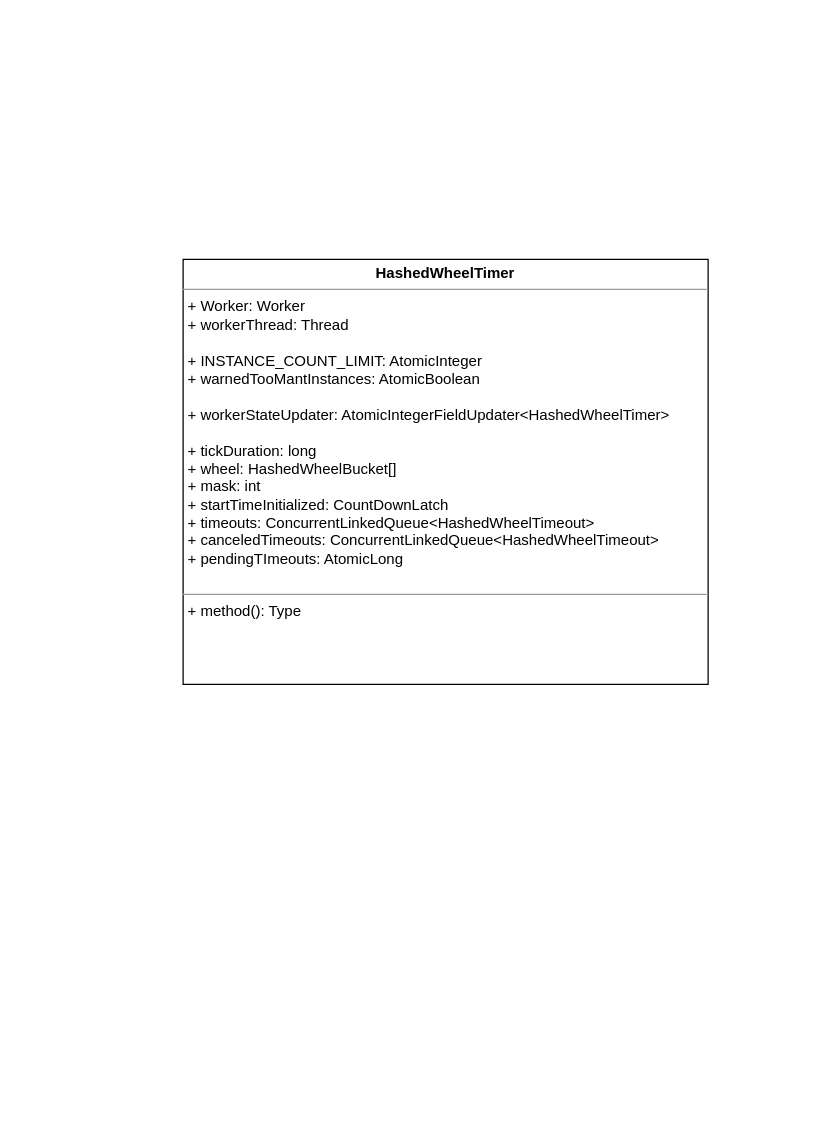
This is page "时间轮" (2 of 2) of raft.drawio from Echidnaaa/draw, a draw.io file, before an edit. Source tidied: cells renumbered, new cells numbered last; positions are measured from the earlier drawing's top-left corner, leaving out a move shared by most shapes. Both pictures are drawn from the tidied source at 125%, with x=0, y=0 at pixel (182, 259).
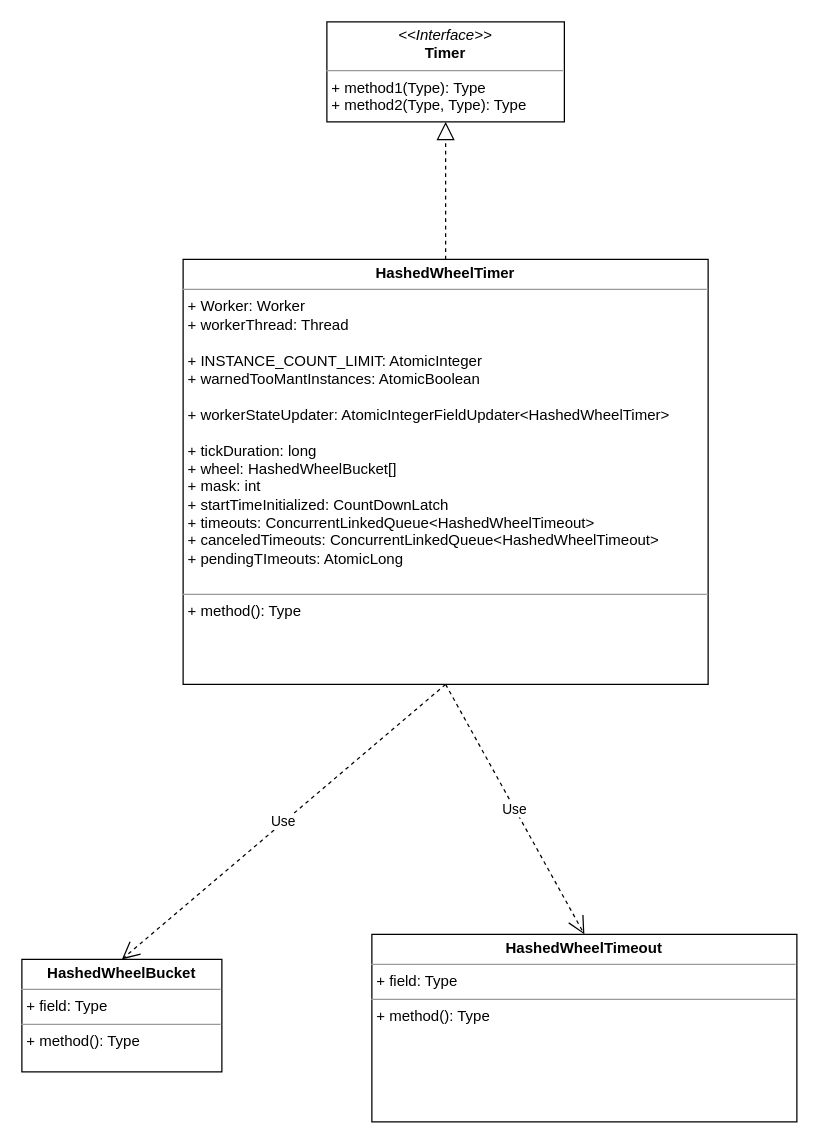
Above is the later version.

Diff of the diagram source:
```diff
@@
 <mxGraphModel>
   <root>
     <mxCell id="0" />
     <mxCell id="1" parent="0" />
     <mxCell id="2" value="&lt;p style=&quot;margin: 0px ; margin-top: 4px ; text-align: center&quot;&gt;&lt;b&gt;HashedWheelTimer&lt;/b&gt;&lt;/p&gt;&lt;hr size=&quot;1&quot;&gt;&lt;p style=&quot;margin: 0px ; margin-left: 4px&quot;&gt;+ Worker: Worker&lt;/p&gt;&lt;p style=&quot;margin: 0px ; margin-left: 4px&quot;&gt;+ workerThread: Thread&lt;/p&gt;&lt;p style=&quot;margin: 0px ; margin-left: 4px&quot;&gt;&lt;br&gt;&lt;/p&gt;&lt;p style=&quot;margin: 0px ; margin-left: 4px&quot;&gt;+ INSTANCE_COUNT_LIMIT: AtomicInteger&lt;/p&gt;&lt;p style=&quot;margin: 0px ; margin-left: 4px&quot;&gt;+ warnedTooMantInstances: AtomicBoolean&lt;/p&gt;&lt;p style=&quot;margin: 0px ; margin-left: 4px&quot;&gt;&lt;br&gt;&lt;/p&gt;&lt;p style=&quot;margin: 0px ; margin-left: 4px&quot;&gt;+ workerStateUpdater: AtomicIntegerFieldUpdater&amp;lt;HashedWheelTimer&amp;gt;&lt;/p&gt;&lt;p style=&quot;margin: 0px ; margin-left: 4px&quot;&gt;&lt;br&gt;&lt;/p&gt;&lt;p style=&quot;margin: 0px ; margin-left: 4px&quot;&gt;+ tickDuration: long&lt;/p&gt;&lt;p style=&quot;margin: 0px ; margin-left: 4px&quot;&gt;+ wheel: HashedWheelBucket[]&lt;/p&gt;&lt;p style=&quot;margin: 0px ; margin-left: 4px&quot;&gt;+ mask: int&lt;/p&gt;&lt;p style=&quot;margin: 0px ; margin-left: 4px&quot;&gt;+ startTimeInitialized: CountDownLatch&lt;/p&gt;&lt;p style=&quot;margin: 0px ; margin-left: 4px&quot;&gt;+ timeouts: ConcurrentLinkedQueue&amp;lt;HashedWheelTimeout&amp;gt;&lt;/p&gt;&lt;p style=&quot;margin: 0px ; margin-left: 4px&quot;&gt;+ canceledTimeouts: ConcurrentLinkedQueue&amp;lt;HashedWheelTimeout&amp;gt;&lt;/p&gt;&lt;p style=&quot;margin: 0px ; margin-left: 4px&quot;&gt;+ pendingTImeouts: AtomicLong&lt;/p&gt;&lt;p style=&quot;margin: 0px ; margin-left: 4px&quot;&gt;&lt;br&gt;&lt;/p&gt;&lt;hr size=&quot;1&quot;&gt;&lt;p style=&quot;margin: 0px ; margin-left: 4px&quot;&gt;+ method(): Type&lt;/p&gt;" style="verticalAlign=top;align=left;overflow=fill;fontSize=12;fontFamily=Helvetica;html=1;" parent="1" vertex="1">
       <mxGeometry width="420" height="340" as="geometry" />
     </mxCell>
+    <mxCell id="3" value="&lt;p style=&quot;margin: 0px ; margin-top: 4px ; text-align: center&quot;&gt;&lt;b&gt;HashedWheelBucket&lt;/b&gt;&lt;/p&gt;&lt;hr size=&quot;1&quot;&gt;&lt;p style=&quot;margin: 0px ; margin-left: 4px&quot;&gt;+ field: Type&lt;/p&gt;&lt;hr size=&quot;1&quot;&gt;&lt;p style=&quot;margin: 0px ; margin-left: 4px&quot;&gt;+ method(): Type&lt;/p&gt;" style="verticalAlign=top;align=left;overflow=fill;fontSize=12;fontFamily=Helvetica;html=1;" parent="1" vertex="1">
+      <mxGeometry x="-129" y="560" width="160" height="90" as="geometry" />
+    </mxCell>
+    <mxCell id="4" value="Use" style="endArrow=open;endSize=12;dashed=1;html=1;exitX=0.5;exitY=1;exitDx=0;exitDy=0;entryX=0.5;entryY=0;entryDx=0;entryDy=0;" parent="1" edge="1" source="2" target="3">
+      <mxGeometry relative="1" as="geometry" />
+    </mxCell>
+    <mxCell id="5" value="&lt;p style=&quot;margin: 0px ; margin-top: 4px ; text-align: center&quot;&gt;&lt;b&gt;HashedWheelTimeout&lt;/b&gt;&lt;/p&gt;&lt;hr size=&quot;1&quot;&gt;&lt;p style=&quot;margin: 0px ; margin-left: 4px&quot;&gt;+ field: Type&lt;/p&gt;&lt;hr size=&quot;1&quot;&gt;&lt;p style=&quot;margin: 0px ; margin-left: 4px&quot;&gt;+ method(): Type&lt;/p&gt;" style="verticalAlign=top;align=left;overflow=fill;fontSize=12;fontFamily=Helvetica;html=1;" parent="1" vertex="1">
+      <mxGeometry x="151" y="540" width="340" height="150" as="geometry" />
+    </mxCell>
+    <mxCell id="6" value="Use" style="endArrow=open;endSize=12;dashed=1;html=1;exitX=0.5;exitY=1;exitDx=0;exitDy=0;entryX=0.5;entryY=0;entryDx=0;entryDy=0;" parent="1" edge="1" source="2" target="5">
+      <mxGeometry relative="1" as="geometry" />
+    </mxCell>
+    <mxCell id="7" style="endArrow=block;dashed=1;endFill=0;endSize=12;html=1;exitX=0.5;exitY=0;exitDx=0;exitDy=0;entryX=0.5;entryY=1;entryDx=0;entryDy=0;" parent="1" edge="1" source="2" target="8">
+      <mxGeometry relative="1" as="geometry" />
+    </mxCell>
+    <mxCell id="8" value="&lt;p style=&quot;margin: 0px ; margin-top: 4px ; text-align: center&quot;&gt;&lt;i&gt;&amp;lt;&amp;lt;Interface&amp;gt;&amp;gt;&lt;/i&gt;&lt;br&gt;&lt;b&gt;Timer&lt;/b&gt;&lt;/p&gt;&lt;hr size=&quot;1&quot;&gt;&lt;p style=&quot;margin: 0px ; margin-left: 4px&quot;&gt;+ method1(Type): Type&lt;br&gt;+ method2(Type, Type): Type&lt;/p&gt;" style="verticalAlign=top;align=left;overflow=fill;fontSize=12;fontFamily=Helvetica;html=1;" parent="1" vertex="1">
+      <mxGeometry x="115" y="-190" width="190" height="80" as="geometry" />
+    </mxCell>
   </root>
 </mxGraphModel>
```
